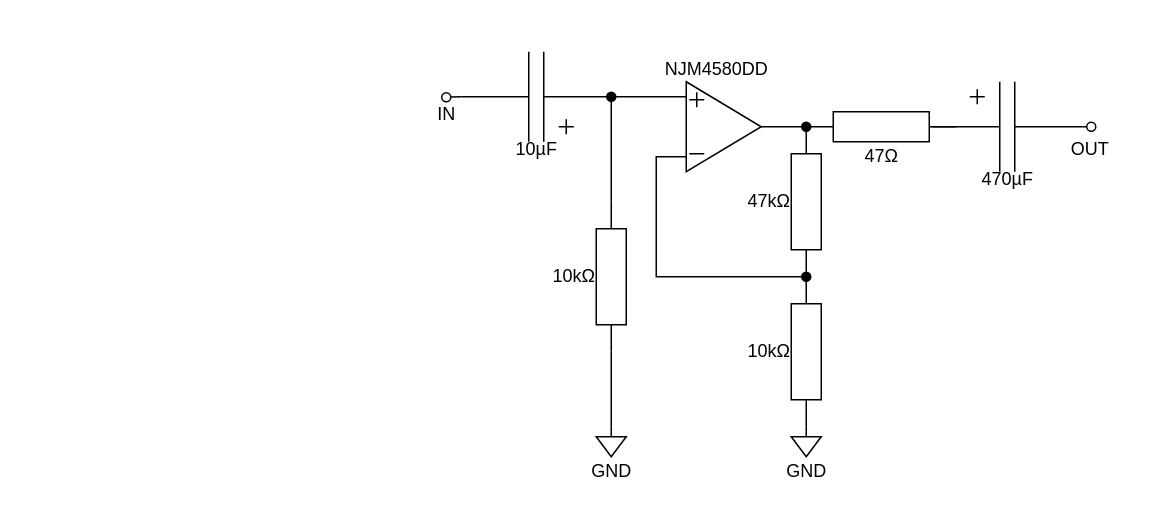
The draw.io diagram page "amp" (2 of 4) of python/fig.drawio in m20079/AM-radio, before the edit. Source tidied: cells renumbered, new cells numbered last; positions are measured from the earlier drawing's top-left corner, leaving out a move shared by most shapes. Both pictures are drawn from the tidied source at 150%, with x=0, y=0 at pixel (416, 46).
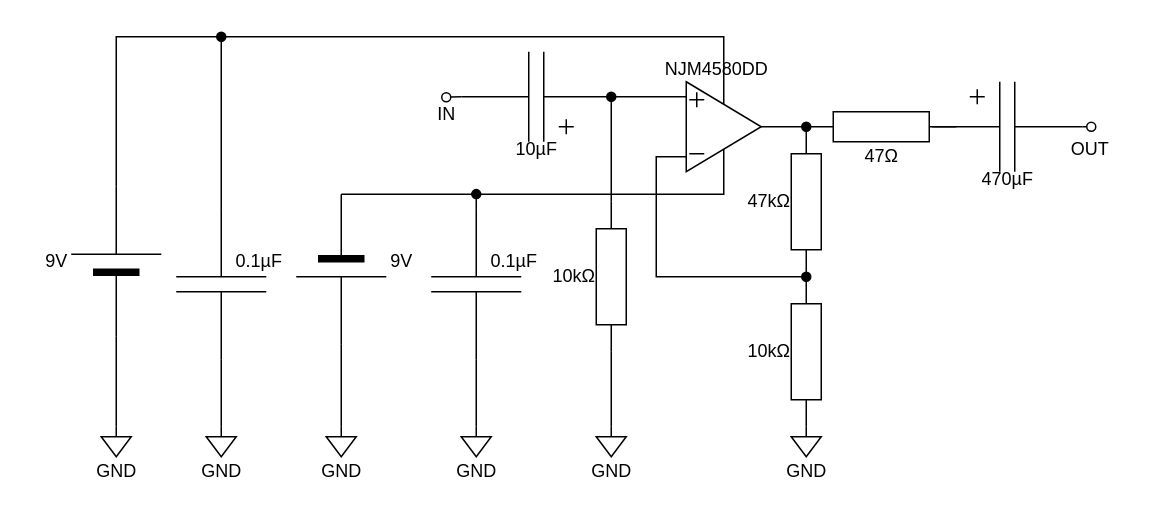
The same page after the edit.

Unchanged cells that the change refers to:
```xml
<mxCell id="6" style="triangle;whiteSpace=wrap;html=1;" parent="1" vertex="1">
  <mxGeometry x="180" y="23" width="50" height="60" as="geometry" />
</mxCell>
```

Diff of the diagram source:
```diff
@@
+    <mxCell id="33" style="edgeStyle=none;html=1;exitX=0.5;exitY=1;exitDx=0;exitDy=0;entryX=0;entryY=0.5;entryDx=0;entryDy=0;entryPerimeter=0;endArrow=none;endFill=0;rounded=0;" parent="1" edge="1" source="6" target="38">
+      <mxGeometry relative="1" as="geometry">
+        <Array as="points">
+          <mxPoint x="205" y="98" />
+        </Array>
+      </mxGeometry>
+    </mxCell>
+    <mxCell id="34" style="edgeStyle=none;rounded=0;html=1;exitX=0.5;exitY=0;exitDx=0;exitDy=0;entryX=1;entryY=0.5;entryDx=0;entryDy=0;entryPerimeter=0;endArrow=none;endFill=0;" parent="1" edge="1" source="6" target="36">
+      <mxGeometry relative="1" as="geometry">
+        <Array as="points">
+          <mxPoint x="205" y="-7" />
+          <mxPoint x="-120" y="-7" />
+          <mxPoint x="-200" y="-7" />
+        </Array>
+      </mxGeometry>
+    </mxCell>
@@
+    <mxCell id="35" style="edgeStyle=none;rounded=0;html=1;exitX=0;exitY=0.5;exitDx=0;exitDy=0;exitPerimeter=0;entryX=0.5;entryY=0;entryDx=0;entryDy=0;entryPerimeter=0;endArrow=none;endFill=0;" parent="1" edge="1" source="36" target="41">
+      <mxGeometry relative="1" as="geometry" />
+    </mxCell>
+    <mxCell id="36" style="verticalLabelPosition=bottom;shadow=0;dashed=0;align=center;fillColor=strokeColor;html=1;verticalAlign=top;strokeWidth=1;shape=mxgraph.electrical.miscellaneous.monocell_battery;rotation=-90;" parent="1" vertex="1">
+      <mxGeometry x="-250" y="113" width="100" height="60" as="geometry" />
+    </mxCell>
+    <mxCell id="37" style="edgeStyle=none;rounded=0;html=1;exitX=1;exitY=0.5;exitDx=0;exitDy=0;exitPerimeter=0;entryX=0.5;entryY=0;entryDx=0;entryDy=0;entryPerimeter=0;endArrow=none;endFill=0;" parent="1" edge="1" source="38" target="39">
+      <mxGeometry relative="1" as="geometry" />
+    </mxCell>
+    <mxCell id="38" style="verticalLabelPosition=bottom;shadow=0;dashed=0;align=center;fillColor=strokeColor;html=1;verticalAlign=top;strokeWidth=1;shape=mxgraph.electrical.miscellaneous.monocell_battery;rotation=90;" parent="1" vertex="1">
+      <mxGeometry x="-100" y="118" width="100" height="60" as="geometry" />
+    </mxCell>
+    <mxCell id="39" style="verticalLabelPosition=bottom;shadow=0;dashed=0;align=center;html=1;verticalAlign=top;shape=mxgraph.electrical.signal_sources.signal_ground;" parent="1" vertex="1">
+      <mxGeometry x="-60" y="253" width="20" height="20" as="geometry" />
+    </mxCell>
+    <mxCell id="40" value="GND" style="text;html=1;align=center;verticalAlign=middle;strokeColor=none;fillColor=none;" parent="1" vertex="1">
+      <mxGeometry x="-75" y="268" width="50" height="30" as="geometry" />
+    </mxCell>
+    <mxCell id="41" style="verticalLabelPosition=bottom;shadow=0;dashed=0;align=center;html=1;verticalAlign=top;shape=mxgraph.electrical.signal_sources.signal_ground;" parent="1" vertex="1">
+      <mxGeometry x="-210" y="253" width="20" height="20" as="geometry" />
+    </mxCell>
+    <mxCell id="42" value="GND" style="text;html=1;align=center;verticalAlign=middle;strokeColor=none;fillColor=none;" parent="1" vertex="1">
+      <mxGeometry x="-225" y="268" width="50" height="30" as="geometry" />
+    </mxCell>
+    <mxCell id="43" value="9V" style="text;html=1;align=center;verticalAlign=middle;strokeColor=none;fillColor=none;" parent="1" vertex="1">
+      <mxGeometry x="-30" y="128" width="40" height="30" as="geometry" />
+    </mxCell>
+    <mxCell id="44" value="9V" style="text;html=1;align=center;verticalAlign=middle;strokeColor=none;fillColor=none;" parent="1" vertex="1">
+      <mxGeometry x="-260" y="128" width="40" height="30" as="geometry" />
+    </mxCell>
+    <mxCell id="45" style="edgeStyle=none;rounded=0;html=1;endArrow=none;endFill=0;startArrow=oval;startFill=1;" parent="1" edge="1">
+      <mxGeometry relative="1" as="geometry">
+        <mxPoint x="40" y="97.9" as="sourcePoint" />
+        <mxPoint x="40" y="108.1" as="targetPoint" />
+      </mxGeometry>
+    </mxCell>
+    <mxCell id="46" style="verticalLabelPosition=bottom;shadow=0;dashed=0;align=center;html=1;verticalAlign=top;shape=mxgraph.electrical.capacitors.capacitor_1;rotation=90;" parent="1" vertex="1">
+      <mxGeometry x="-10" y="128" width="100" height="60" as="geometry" />
+    </mxCell>
+    <mxCell id="47" style="edgeStyle=none;rounded=0;html=1;endArrow=none;endFill=0;startArrow=oval;startFill=1;" parent="1" edge="1">
+      <mxGeometry relative="1" as="geometry">
+        <mxPoint x="-130" y="-7" as="sourcePoint" />
+        <mxPoint x="-130" y="108.1" as="targetPoint" />
+      </mxGeometry>
+    </mxCell>
+    <mxCell id="48" style="edgeStyle=none;rounded=0;html=1;exitX=1;exitY=0.5;exitDx=0;exitDy=0;exitPerimeter=0;entryX=0.5;entryY=0;entryDx=0;entryDy=0;entryPerimeter=0;startArrow=none;startFill=0;endArrow=none;endFill=0;" parent="1" edge="1" source="49" target="50">
+      <mxGeometry relative="1" as="geometry" />
+    </mxCell>
+    <mxCell id="49" style="verticalLabelPosition=bottom;shadow=0;dashed=0;align=center;html=1;verticalAlign=top;shape=mxgraph.electrical.capacitors.capacitor_1;rotation=90;" parent="1" vertex="1">
+      <mxGeometry x="-180" y="128" width="100" height="60" as="geometry" />
+    </mxCell>
+    <mxCell id="50" style="verticalLabelPosition=bottom;shadow=0;dashed=0;align=center;html=1;verticalAlign=top;shape=mxgraph.electrical.signal_sources.signal_ground;" parent="1" vertex="1">
+      <mxGeometry x="-140" y="253" width="20" height="20" as="geometry" />
+    </mxCell>
+    <mxCell id="51" value="GND" style="text;html=1;align=center;verticalAlign=middle;strokeColor=none;fillColor=none;" parent="1" vertex="1">
+      <mxGeometry x="-155" y="268" width="50" height="30" as="geometry" />
+    </mxCell>
+    <mxCell id="52" style="edgeStyle=none;rounded=0;html=1;exitX=1;exitY=0.5;exitDx=0;exitDy=0;exitPerimeter=0;entryX=0.5;entryY=0;entryDx=0;entryDy=0;entryPerimeter=0;startArrow=none;startFill=0;endArrow=none;endFill=0;" parent="1" edge="1" target="53">
+      <mxGeometry relative="1" as="geometry">
+        <mxPoint x="40" y="208" as="sourcePoint" />
+      </mxGeometry>
+    </mxCell>
+    <mxCell id="53" style="verticalLabelPosition=bottom;shadow=0;dashed=0;align=center;html=1;verticalAlign=top;shape=mxgraph.electrical.signal_sources.signal_ground;" parent="1" vertex="1">
+      <mxGeometry x="30" y="253" width="20" height="20" as="geometry" />
+    </mxCell>
+    <mxCell id="54" value="GND" style="text;html=1;align=center;verticalAlign=middle;strokeColor=none;fillColor=none;" parent="1" vertex="1">
+      <mxGeometry x="15" y="268" width="50" height="30" as="geometry" />
+    </mxCell>
+    <mxCell id="55" value="0.1µF" style="text;html=1;align=center;verticalAlign=middle;strokeColor=none;fillColor=none;" parent="1" vertex="1">
+      <mxGeometry x="-130" y="128" width="50" height="30" as="geometry" />
+    </mxCell>
+    <mxCell id="56" value="0.1µF" style="text;html=1;align=center;verticalAlign=middle;strokeColor=none;fillColor=none;" parent="1" vertex="1">
+      <mxGeometry x="40" y="128" width="50" height="30" as="geometry" />
+    </mxCell>
```
